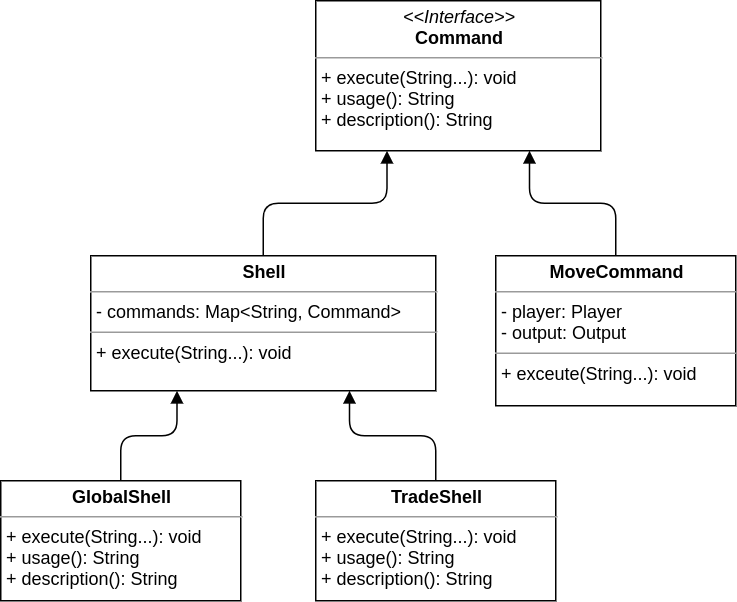
Above: Report/Composite.png in mosheto/World-Navigator (draw.io), before the change. Source tidied: cells renumbered, new cells last; positions are measured from the earlier drawing's top-left corner, leaving out a move shared by most shapes.
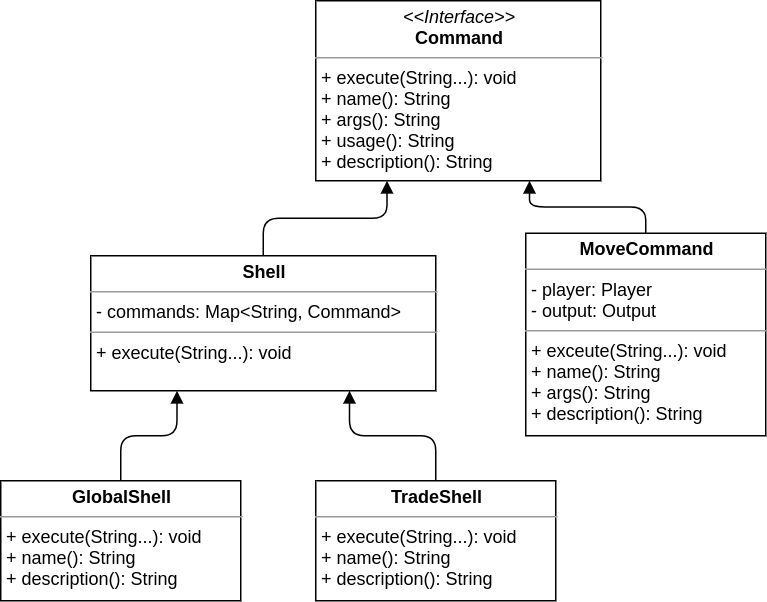
The same diagram one commit later.

What changed in the source:
```diff
@@ -2,8 +2,8 @@
   <root>
     <mxCell id="0" />
     <mxCell id="1" parent="0" />
-    <mxCell id="2" value="&lt;p style=&quot;margin: 0px ; margin-top: 4px ; text-align: center&quot;&gt;&lt;i&gt;&amp;lt;&amp;lt;Interface&amp;gt;&amp;gt;&lt;/i&gt;&lt;br&gt;&lt;b&gt;Command&lt;/b&gt;&lt;/p&gt;&lt;hr size=&quot;1&quot;&gt;&lt;p style=&quot;margin: 0px ; margin-left: 4px&quot;&gt;+ execute(String...): void&amp;nbsp;&lt;br&gt;+ usage(): String&lt;/p&gt;&lt;p style=&quot;margin: 0px ; margin-left: 4px&quot;&gt;+ description(): String&lt;/p&gt;" style="verticalAlign=top;align=left;overflow=fill;fontSize=12;fontFamily=Helvetica;html=1;" parent="1" vertex="1">
-      <mxGeometry x="210" width="190" height="100" as="geometry" />
+    <mxCell id="2" value="&lt;p style=&quot;margin: 0px ; margin-top: 4px ; text-align: center&quot;&gt;&lt;i&gt;&amp;lt;&amp;lt;Interface&amp;gt;&amp;gt;&lt;/i&gt;&lt;br&gt;&lt;b&gt;Command&lt;/b&gt;&lt;/p&gt;&lt;hr size=&quot;1&quot;&gt;&lt;p style=&quot;margin: 0px ; margin-left: 4px&quot;&gt;+ execute(String...): void&amp;nbsp;&lt;br&gt;+ name(): String&lt;/p&gt;&lt;p style=&quot;margin: 0px ; margin-left: 4px&quot;&gt;+ args(): String&lt;br&gt;&lt;/p&gt;&lt;p style=&quot;margin: 0px ; margin-left: 4px&quot;&gt;+ usage(): String&lt;br&gt;&lt;/p&gt;&lt;p style=&quot;margin: 0px ; margin-left: 4px&quot;&gt;+ description(): String&lt;/p&gt;" style="verticalAlign=top;align=left;overflow=fill;fontSize=12;fontFamily=Helvetica;html=1;" parent="1" vertex="1">
+      <mxGeometry x="210" width="190" height="120" as="geometry" />
     </mxCell>
     <mxCell id="3" value="&lt;p style=&quot;margin: 0px ; margin-top: 4px ; text-align: center&quot;&gt;&lt;b&gt;Shell&lt;/b&gt;&lt;/p&gt;&lt;hr size=&quot;1&quot;&gt;&lt;p style=&quot;margin: 0px ; margin-left: 4px&quot;&gt;- commands: Map&amp;lt;String, Command&amp;gt;&lt;/p&gt;&lt;hr size=&quot;1&quot;&gt;&lt;p style=&quot;margin: 0px ; margin-left: 4px&quot;&gt;+ execute(String...): void&lt;/p&gt;" style="verticalAlign=top;align=left;overflow=fill;fontSize=12;fontFamily=Helvetica;html=1;" parent="1" vertex="1">
       <mxGeometry x="60" y="170" width="230" height="90" as="geometry" />
@@ -14,7 +14,7 @@
     <mxCell id="5" style="html=1;align=left;verticalAlign=bottom;labelBackgroundColor=#ffffff;fontSize=10;" parent="4" vertex="1">
       <mxGeometry x="-1" relative="1" as="geometry" />
     </mxCell>
-    <mxCell id="6" value="&lt;p style=&quot;margin: 0px ; margin-top: 4px ; text-align: center&quot;&gt;&lt;b&gt;GlobalShell&lt;/b&gt;&lt;/p&gt;&lt;hr size=&quot;1&quot;&gt;&lt;p style=&quot;margin: 0px ; margin-left: 4px&quot;&gt;+ execute(String...): void&lt;/p&gt;&lt;p style=&quot;margin: 0px ; margin-left: 4px&quot;&gt;+ usage(): String&lt;/p&gt;&lt;p style=&quot;margin: 0px ; margin-left: 4px&quot;&gt;+ description(): String&lt;/p&gt;" style="verticalAlign=top;align=left;overflow=fill;fontSize=12;fontFamily=Helvetica;html=1;" parent="1" vertex="1">
+    <mxCell id="6" value="&lt;p style=&quot;margin: 0px ; margin-top: 4px ; text-align: center&quot;&gt;&lt;b&gt;GlobalShell&lt;/b&gt;&lt;/p&gt;&lt;hr size=&quot;1&quot;&gt;&lt;p style=&quot;margin: 0px ; margin-left: 4px&quot;&gt;+ execute(String...): void&lt;/p&gt;&lt;p style=&quot;margin: 0px 0px 0px 4px&quot;&gt;+ name(): String&lt;/p&gt;&lt;p style=&quot;margin: 0px ; margin-left: 4px&quot;&gt;+ description(): String&lt;/p&gt;" style="verticalAlign=top;align=left;overflow=fill;fontSize=12;fontFamily=Helvetica;html=1;" parent="1" vertex="1">
       <mxGeometry y="320" width="160" height="80" as="geometry" />
     </mxCell>
     <mxCell id="7" style="endArrow=block;endFill=1;html=1;edgeStyle=orthogonalEdgeStyle;align=left;verticalAlign=top;exitX=0.5;exitY=0;exitDx=0;exitDy=0;entryX=0.25;entryY=1;entryDx=0;entryDy=0;" parent="1" edge="1" source="6" target="3">
@@ -28,8 +28,8 @@
         <mxPoint x="205" as="offset" />
       </mxGeometry>
     </mxCell>
-    <mxCell id="10" value="&lt;p style=&quot;margin: 0px ; margin-top: 4px ; text-align: center&quot;&gt;&lt;b&gt;MoveCommand&lt;/b&gt;&lt;/p&gt;&lt;hr size=&quot;1&quot;&gt;&lt;p style=&quot;margin: 0px ; margin-left: 4px&quot;&gt;- player: Player&lt;/p&gt;&lt;p style=&quot;margin: 0px ; margin-left: 4px&quot;&gt;- output: Output&lt;/p&gt;&lt;hr size=&quot;1&quot;&gt;&lt;p style=&quot;margin: 0px ; margin-left: 4px&quot;&gt;+ exceute(String...): void&lt;/p&gt;" style="verticalAlign=top;align=left;overflow=fill;fontSize=12;fontFamily=Helvetica;html=1;" parent="1" vertex="1">
-      <mxGeometry x="330" y="170" width="160" height="100" as="geometry" />
+    <mxCell id="10" value="&lt;p style=&quot;margin: 0px ; margin-top: 4px ; text-align: center&quot;&gt;&lt;b&gt;MoveCommand&lt;/b&gt;&lt;/p&gt;&lt;hr size=&quot;1&quot;&gt;&lt;p style=&quot;margin: 0px ; margin-left: 4px&quot;&gt;- player: Player&lt;/p&gt;&lt;p style=&quot;margin: 0px ; margin-left: 4px&quot;&gt;- output: Output&lt;/p&gt;&lt;hr size=&quot;1&quot;&gt;&lt;p style=&quot;margin: 0px ; margin-left: 4px&quot;&gt;+ exceute(String...): void&lt;/p&gt;&lt;p style=&quot;margin: 0px 0px 0px 4px&quot;&gt;+ name(): String&lt;/p&gt;&lt;p style=&quot;margin: 0px 0px 0px 4px&quot;&gt;+ args(): String&lt;/p&gt;&lt;p style=&quot;margin: 0px 0px 0px 4px&quot;&gt;+ description(): String&lt;/p&gt;" style="verticalAlign=top;align=left;overflow=fill;fontSize=12;fontFamily=Helvetica;html=1;" parent="1" vertex="1">
+      <mxGeometry x="350" y="155" width="160" height="135" as="geometry" />
     </mxCell>
     <mxCell id="11" style="endArrow=block;endFill=1;html=1;edgeStyle=orthogonalEdgeStyle;align=left;verticalAlign=top;exitX=0.5;exitY=0;exitDx=0;exitDy=0;entryX=0.75;entryY=1;entryDx=0;entryDy=0;" parent="1" edge="1" source="10" target="2">
       <mxGeometry x="-1" relative="1" as="geometry" />
@@ -37,7 +37,7 @@
     <mxCell id="12" style="html=1;align=left;verticalAlign=bottom;labelBackgroundColor=#ffffff;fontSize=10;" parent="11" vertex="1">
       <mxGeometry x="-1" relative="1" as="geometry" />
     </mxCell>
-    <mxCell id="13" value="&lt;p style=&quot;margin: 0px ; margin-top: 4px ; text-align: center&quot;&gt;&lt;b&gt;TradeShell&lt;/b&gt;&lt;/p&gt;&lt;hr size=&quot;1&quot;&gt;&lt;p style=&quot;margin: 0px ; margin-left: 4px&quot;&gt;+ execute(String...): void&lt;/p&gt;&lt;p style=&quot;margin: 0px 0px 0px 4px&quot;&gt;+ usage(): String&lt;/p&gt;&lt;p style=&quot;margin: 0px 0px 0px 4px&quot;&gt;+ description(): String&lt;/p&gt;" style="verticalAlign=top;align=left;overflow=fill;fontSize=12;fontFamily=Helvetica;html=1;" parent="1" vertex="1">
+    <mxCell id="13" value="&lt;p style=&quot;margin: 0px ; margin-top: 4px ; text-align: center&quot;&gt;&lt;b&gt;TradeShell&lt;/b&gt;&lt;/p&gt;&lt;hr size=&quot;1&quot;&gt;&lt;p style=&quot;margin: 0px ; margin-left: 4px&quot;&gt;+ execute(String...): void&lt;/p&gt;&lt;p style=&quot;margin: 0px 0px 0px 4px&quot;&gt;+ name(): String&lt;/p&gt;&lt;p style=&quot;margin: 0px 0px 0px 4px&quot;&gt;+ description(): String&lt;/p&gt;" style="verticalAlign=top;align=left;overflow=fill;fontSize=12;fontFamily=Helvetica;html=1;" parent="1" vertex="1">
       <mxGeometry x="210" y="320" width="160" height="80" as="geometry" />
     </mxCell>
     <mxCell id="14" style="endArrow=block;endFill=1;html=1;edgeStyle=orthogonalEdgeStyle;align=left;verticalAlign=top;exitX=0.5;exitY=0;exitDx=0;exitDy=0;entryX=0.75;entryY=1;entryDx=0;entryDy=0;" parent="1" edge="1" source="13" target="3">
```
